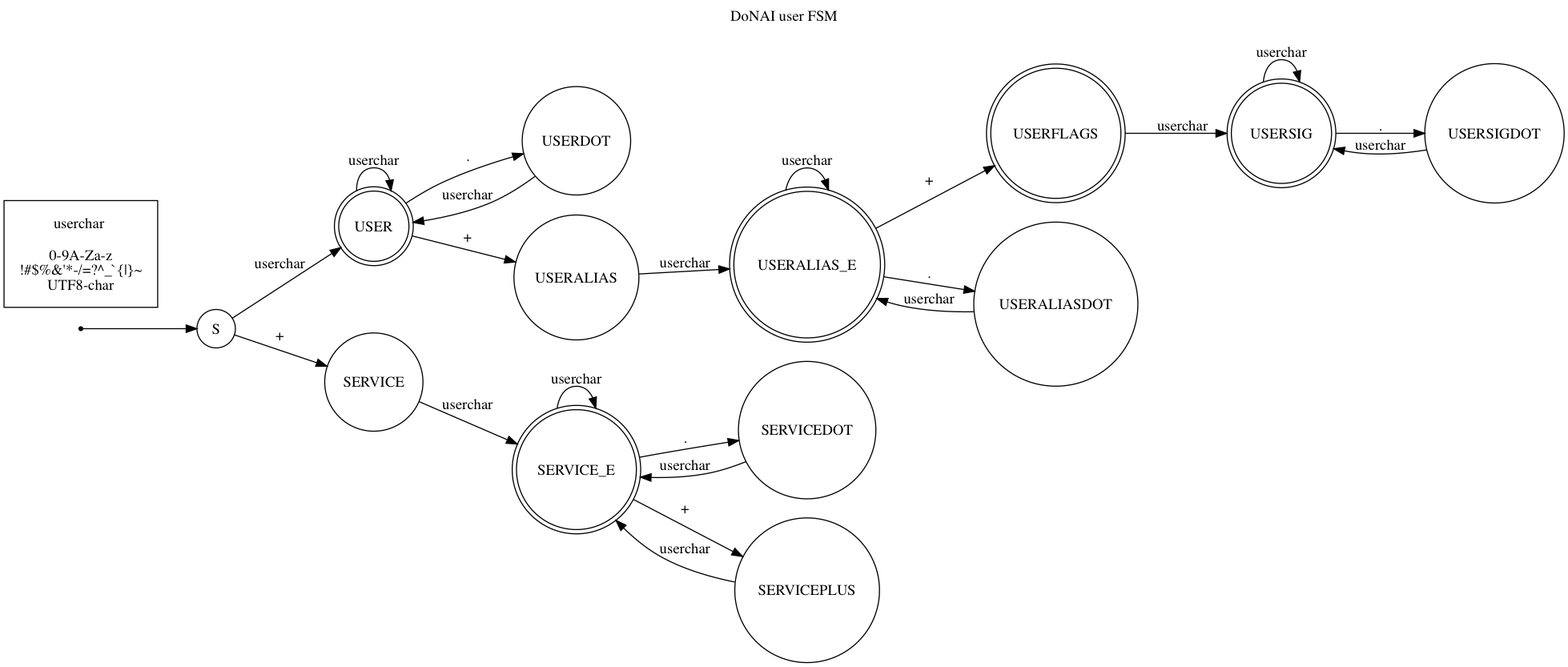
The Graphviz diagram doc/design/donaiuserfsm.png in arpa2/libarpa2service, before a commit. Its source is kept beside it as doc/design/donaiuserfsm.gv.
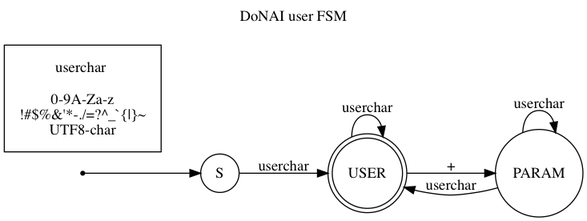
Later version of the same file.

Commit message:
simplify donai grammar, no special service

The edit, as a diff of the source:
```diff
@@ -2,10 +2,6 @@
 	rankdir=LR
 	node [shape = doublecircle];
 		USER;
-		USERALIAS_E;
-		USERFLAGS;
-		USERSIG;
-		SERVICE_E;
 
 	node [shape = point ];
 		qi
@@ -15,28 +11,12 @@
 
 		S	-> USER [ label = "userchar" ];
 		USER	-> USER [ label = "userchar" ];
-		USER	-> USERDOT [ label = "." ];
-		USERDOT	-> USER [ label = "userchar" ];
-		USER	-> USERALIAS [ label = "+" ];
-		USERALIAS	-> USERALIAS_E [ label = "userchar" ];
-		USERALIAS_E	-> USERALIAS_E [ label = "userchar" ];
-		USERALIAS_E	-> USERALIASDOT [ label = "." ];
-		USERALIASDOT	-> USERALIAS_E [ label = "userchar" ];
-		USERALIAS_E	-> USERFLAGS [ label = "+" ];
-		USERFLAGS	-> USERSIG[ label = "userchar" ];
-		USERSIG-> USERSIG[ label = "userchar" ];
-		USERSIG-> USERSIGDOT [ label = "." ];
-		USERSIGDOT	-> USERSIG[ label = "userchar" ];
-		S	-> SERVICE [ label = "+" ];
-		SERVICE	-> SERVICE_E [ label = "userchar" ];
-		SERVICE_E	-> SERVICE_E [ label = "userchar" ];
-		SERVICE_E	-> SERVICEDOT [ label = "." ];
-		SERVICEDOT	-> SERVICE_E [ label = "userchar" ];
-		SERVICE_E	-> SERVICEPLUS [ label = "+" ];
-		SERVICEPLUS	-> SERVICE_E [ label = "userchar" ];
+		USER	-> PARAM [ label = "+" ];
+		PARAM	-> PARAM [ label = "userchar" ];
+		PARAM	-> USER [ label = "userchar" ];
 
 	node[ shape=box, margin="0.2,0.2" ];
-		userchar[ label = "userchar \n\n0-9A-Za-z\n!#$%&'*-/=?^_`{|}~\nUTF8-char" ];
+		userchar[ label = "userchar \n\n0-9A-Za-z\n!#$%&'*-./=?^_`{|}~\nUTF8-char" ];
 
 	labelloc="t";
 	label="DoNAI user FSM\n\n";
```
